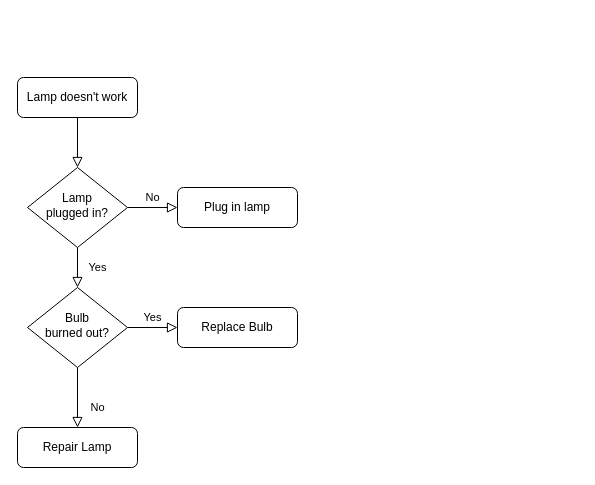
This is documentation/Untitled Diagram.drawio from mihailgaberov/bingo, a draw.io file, before an edit. Source tidied: cells renumbered, new cells numbered last; positions are measured from the earlier drawing's top-left corner, leaving out a move shared by most shapes. Both pictures are drawn from the tidied source at 100%, with x=0, y=0 at pixel (17, 77).
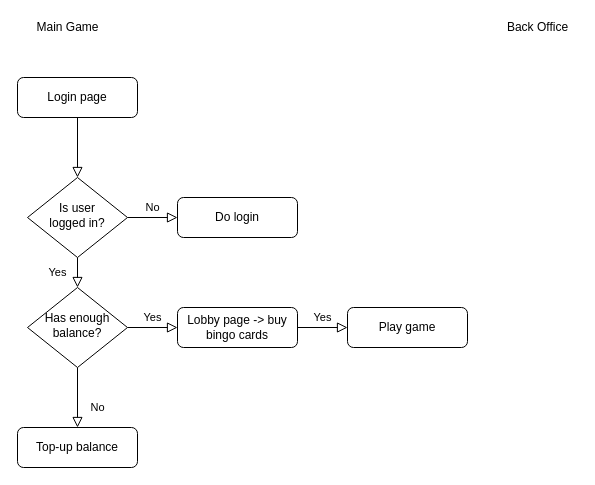
The same diagram, later.

The edit, as a diff of the source:
```diff
@@
 <mxGraphModel>
   <root>
     <mxCell id="0" />
     <mxCell id="1" parent="0" />
     <mxCell id="2" style="rounded=0;html=1;jettySize=auto;fontSize=11;endArrow=block;endFill=0;endSize=8;strokeWidth=1;shadow=0;labelBackgroundColor=none;edgeStyle=orthogonalEdgeStyle;" parent="1" edge="1" source="3" target="6">
       <mxGeometry relative="1" as="geometry" />
     </mxCell>
-    <mxCell id="3" value="Lamp doesn't work" style="rounded=1;whiteSpace=wrap;html=1;fontSize=12;glass=0;strokeWidth=1;shadow=0;" parent="1" vertex="1">
+    <mxCell id="3" value="Login page" style="rounded=1;whiteSpace=wrap;html=1;fontSize=12;glass=0;strokeWidth=1;shadow=0;" parent="1" vertex="1">
       <mxGeometry width="120" height="40" as="geometry" />
     </mxCell>
     <mxCell id="4" value="Yes" style="rounded=0;html=1;jettySize=auto;fontSize=11;endArrow=block;endFill=0;endSize=8;strokeWidth=1;shadow=0;labelBackgroundColor=none;edgeStyle=orthogonalEdgeStyle;" parent="1" edge="1" source="6" target="10">
       <mxGeometry y="20" relative="1" as="geometry" />
     </mxCell>
     <mxCell id="5" value="No" style="edgeStyle=orthogonalEdgeStyle;rounded=0;html=1;jettySize=auto;fontSize=11;endArrow=block;endFill=0;endSize=8;strokeWidth=1;shadow=0;labelBackgroundColor=none;" parent="1" edge="1" source="6" target="7">
       <mxGeometry y="10" relative="1" as="geometry" />
     </mxCell>
-    <mxCell id="6" value="Lamp&lt;br&gt;plugged in?" style="rhombus;whiteSpace=wrap;html=1;shadow=0;fontFamily=Helvetica;fontSize=12;align=center;strokeWidth=1;spacing=6;spacingTop=-4;" parent="1" vertex="1">
-      <mxGeometry x="10" y="90" width="100" height="80" as="geometry" />
+    <mxCell id="6" value="Is user &lt;br&gt;logged in?" style="rhombus;whiteSpace=wrap;html=1;shadow=0;fontFamily=Helvetica;fontSize=12;align=center;strokeWidth=1;spacing=6;spacingTop=-4;" parent="1" vertex="1">
+      <mxGeometry x="10" y="100" width="100" height="80" as="geometry" />
     </mxCell>
-    <mxCell id="7" value="Plug in lamp" style="rounded=1;whiteSpace=wrap;html=1;fontSize=12;glass=0;strokeWidth=1;shadow=0;" parent="1" vertex="1">
-      <mxGeometry x="160" y="110" width="120" height="40" as="geometry" />
+    <mxCell id="7" value="Do login" style="rounded=1;whiteSpace=wrap;html=1;fontSize=12;glass=0;strokeWidth=1;shadow=0;" parent="1" vertex="1">
+      <mxGeometry x="160" y="120" width="120" height="40" as="geometry" />
     </mxCell>
     <mxCell id="8" value="No" style="rounded=0;html=1;jettySize=auto;fontSize=11;endArrow=block;endFill=0;endSize=8;strokeWidth=1;shadow=0;labelBackgroundColor=none;edgeStyle=orthogonalEdgeStyle;" parent="1" edge="1" source="10" target="11">
       <mxGeometry x="0.33" y="20" relative="1" as="geometry" />
     </mxCell>
     <mxCell id="9" value="Yes" style="edgeStyle=orthogonalEdgeStyle;rounded=0;html=1;jettySize=auto;fontSize=11;endArrow=block;endFill=0;endSize=8;strokeWidth=1;shadow=0;labelBackgroundColor=none;" parent="1" edge="1" source="10" target="12">
       <mxGeometry y="10" relative="1" as="geometry" />
     </mxCell>
-    <mxCell id="10" value="Bulb&lt;br&gt;burned out?" style="rhombus;whiteSpace=wrap;html=1;shadow=0;fontFamily=Helvetica;fontSize=12;align=center;strokeWidth=1;spacing=6;spacingTop=-4;" parent="1" vertex="1">
+    <mxCell id="10" value="Has enough balance?" style="rhombus;whiteSpace=wrap;html=1;shadow=0;fontFamily=Helvetica;fontSize=12;align=center;strokeWidth=1;spacing=6;spacingTop=-4;" parent="1" vertex="1">
       <mxGeometry x="10" y="210" width="100" height="80" as="geometry" />
     </mxCell>
-    <mxCell id="11" value="Repair Lamp" style="rounded=1;whiteSpace=wrap;html=1;fontSize=12;glass=0;strokeWidth=1;shadow=0;" parent="1" vertex="1">
+    <mxCell id="11" value="Top-up balance" style="rounded=1;whiteSpace=wrap;html=1;fontSize=12;glass=0;strokeWidth=1;shadow=0;" parent="1" vertex="1">
       <mxGeometry y="350" width="120" height="40" as="geometry" />
     </mxCell>
-    <mxCell id="12" value="Replace Bulb" style="rounded=1;whiteSpace=wrap;html=1;fontSize=12;glass=0;strokeWidth=1;shadow=0;" parent="1" vertex="1">
+    <mxCell id="12" value="Lobby page -&amp;gt; buy bingo cards" style="rounded=1;whiteSpace=wrap;html=1;fontSize=12;glass=0;strokeWidth=1;shadow=0;" parent="1" vertex="1">
       <mxGeometry x="160" y="230" width="120" height="40" as="geometry" />
     </mxCell>
+    <mxCell id="13" value="Main Game" style="text;html=1;align=center;verticalAlign=middle;fillColor=none;strokeColor=none;rounded=0;" parent="1" vertex="1">
+      <mxGeometry x="10" y="-60" width="80" height="20" as="geometry" />
+    </mxCell>
+    <mxCell id="14" value="Back Office" style="text;html=1;align=center;verticalAlign=middle;fillColor=none;strokeColor=none;rounded=0;" parent="1" vertex="1">
+      <mxGeometry x="480" y="-60" width="80" height="20" as="geometry" />
+    </mxCell>
+    <mxCell id="15" value="Yes" style="edgeStyle=orthogonalEdgeStyle;rounded=0;html=1;jettySize=auto;orthogonalLoop=1;fontSize=11;endArrow=block;endFill=0;endSize=8;strokeWidth=1;shadow=0;labelBackgroundColor=none;" parent="1" edge="1">
+      <mxGeometry y="10" relative="1" as="geometry">
+        <mxPoint x="280" y="250" as="sourcePoint" />
+        <mxPoint x="330" y="250" as="targetPoint" />
+      </mxGeometry>
+    </mxCell>
+    <mxCell id="16" value="Play game" style="rounded=1;whiteSpace=wrap;html=1;fontSize=12;glass=0;strokeWidth=1;shadow=0;" parent="1" vertex="1">
+      <mxGeometry x="330" y="230" width="120" height="40" as="geometry" />
+    </mxCell>
   </root>
 </mxGraphModel>
```
